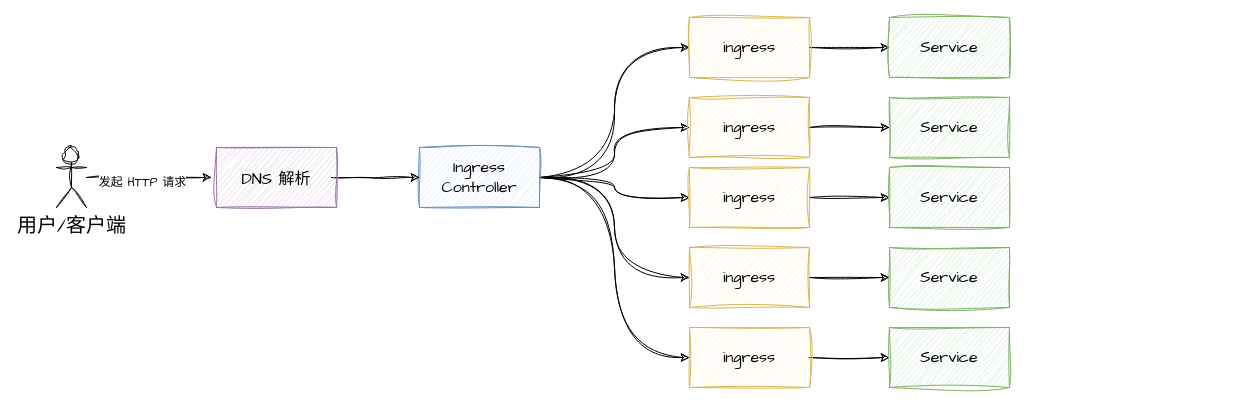
This is page "ingress-workflow" (23 of 26) of docs/learn-k8s.drawio from caijiatao/go-lib, a draw.io file, before an edit. Source tidied: cells renumbered, new cells numbered last; positions are measured from the earlier drawing's top-left corner, leaving out a move shared by most shapes. Both pictures are drawn from the tidied source at 100%, with x=0, y=0 at pixel (56, 17).
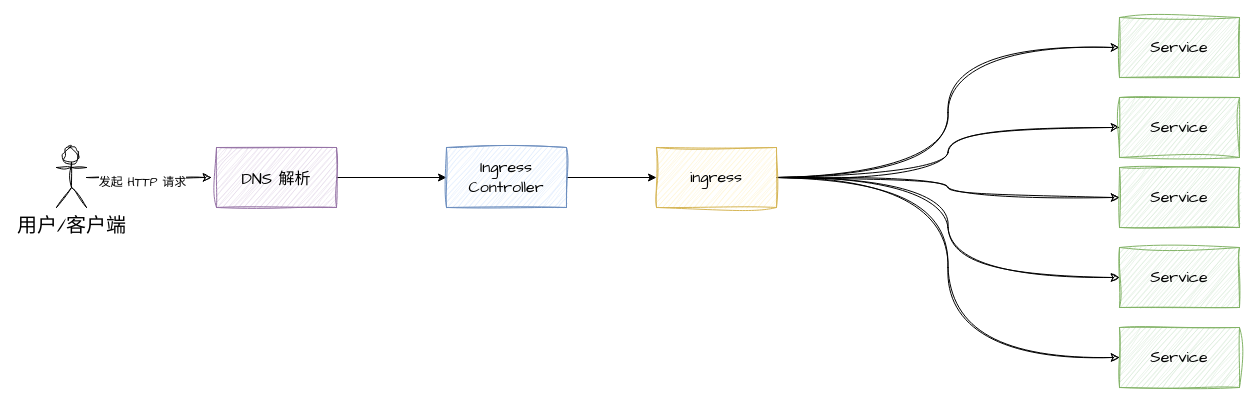
The same diagram, later.

The change refers to these unchanged cells:
```xml
<mxCell id="25" value="用户/客户端" style="shape=umlActor;verticalLabelPosition=bottom;verticalAlign=top;html=1;outlineConnect=0;sketch=1;hachureGap=4;jiggle=2;curveFitting=1;fontFamily=Architects Daughter;fontSize=20;" parent="1" vertex="1">
  <mxGeometry y="130" width="30" height="60" as="geometry" />
</mxCell>
<mxCell id="27" value="&lt;font style=&quot;font-size: 16px;&quot;&gt;DNS 解析&lt;/font&gt;" style="rounded=0;whiteSpace=wrap;html=1;sketch=1;hachureGap=4;jiggle=2;curveFitting=1;fontFamily=Architects Daughter;fontSize=20;fillColor=#e1d5e7;strokeColor=#9673a6;" parent="1" vertex="1">
  <mxGeometry x="160" y="130" width="120" height="60" as="geometry" />
</mxCell>
```

The edit, as a diff of the source:
```diff
@@
-    <mxCell id="2" style="edgeStyle=orthogonalEdgeStyle;sketch=1;hachureGap=4;jiggle=2;curveFitting=1;jettySize=auto;html=1;exitX=1;exitY=0.5;exitDx=0;exitDy=0;entryX=0;entryY=0.5;entryDx=0;entryDy=0;fontFamily=Architects Daughter;fontSize=16;curved=1;" parent="1" edge="1" source="7" target="9">
-      <mxGeometry relative="1" as="geometry" />
-    </mxCell>
-    <mxCell id="3" style="edgeStyle=orthogonalEdgeStyle;sketch=1;hachureGap=4;jiggle=2;curveFitting=1;jettySize=auto;html=1;exitX=1;exitY=0.5;exitDx=0;exitDy=0;fontFamily=Architects Daughter;fontSize=16;curved=1;" parent="1" edge="1" source="7" target="11">
-      <mxGeometry relative="1" as="geometry" />
-    </mxCell>
-    <mxCell id="4" style="edgeStyle=orthogonalEdgeStyle;sketch=1;hachureGap=4;jiggle=2;curveFitting=1;jettySize=auto;html=1;exitX=1;exitY=0.5;exitDx=0;exitDy=0;entryX=0;entryY=0.5;entryDx=0;entryDy=0;fontFamily=Architects Daughter;fontSize=16;curved=1;" parent="1" edge="1" source="7" target="15">
-      <mxGeometry relative="1" as="geometry" />
-    </mxCell>
-    <mxCell id="5" style="edgeStyle=orthogonalEdgeStyle;sketch=1;hachureGap=4;jiggle=2;curveFitting=1;jettySize=auto;html=1;exitX=1;exitY=0.5;exitDx=0;exitDy=0;entryX=0;entryY=0.5;entryDx=0;entryDy=0;fontFamily=Architects Daughter;fontSize=16;curved=1;" parent="1" edge="1" source="7" target="13">
-      <mxGeometry relative="1" as="geometry" />
-    </mxCell>
-    <mxCell id="6" style="edgeStyle=orthogonalEdgeStyle;sketch=1;hachureGap=4;jiggle=2;curveFitting=1;jettySize=auto;html=1;exitX=1;exitY=0.5;exitDx=0;exitDy=0;entryX=0;entryY=0.5;entryDx=0;entryDy=0;fontFamily=Architects Daughter;fontSize=16;curved=1;" parent="1" edge="1" source="7" target="17">
-      <mxGeometry relative="1" as="geometry" />
-    </mxCell>
-    <mxCell id="7" value="Ingress Controller" style="rounded=0;whiteSpace=wrap;html=1;sketch=1;hachureGap=4;jiggle=2;curveFitting=1;fontFamily=Architects Daughter;fontSize=16;fillColor=#dae8fc;strokeColor=#6c8ebf;" parent="1" vertex="1">
-      <mxGeometry x="363" y="130" width="120" height="60" as="geometry" />
-    </mxCell>
-    <mxCell id="8" style="edgeStyle=orthogonalEdgeStyle;rounded=0;sketch=1;hachureGap=4;jiggle=2;curveFitting=1;jettySize=auto;html=1;fontFamily=Architects Daughter;fontSize=16;" parent="1" edge="1" source="9" target="18">
-      <mxGeometry relative="1" as="geometry" />
-    </mxCell>
-    <mxCell id="9" value="ingress" style="rounded=0;whiteSpace=wrap;html=1;sketch=1;hachureGap=4;jiggle=2;curveFitting=1;fontFamily=Architects Daughter;fontSize=16;fillColor=#fff2cc;strokeColor=#d6b656;" parent="1" vertex="1">
-      <mxGeometry x="633" width="120" height="60" as="geometry" />
-    </mxCell>
-    <mxCell id="10" style="edgeStyle=orthogonalEdgeStyle;rounded=0;sketch=1;hachureGap=4;jiggle=2;curveFitting=1;jettySize=auto;html=1;fontFamily=Architects Daughter;fontSize=16;" parent="1" edge="1" source="11" target="20">
-      <mxGeometry relative="1" as="geometry" />
-    </mxCell>
-    <mxCell id="11" value="ingress" style="rounded=0;whiteSpace=wrap;html=1;sketch=1;hachureGap=4;jiggle=2;curveFitting=1;fontFamily=Architects Daughter;fontSize=16;fillColor=#fff2cc;strokeColor=#d6b656;" parent="1" vertex="1">
-      <mxGeometry x="633" y="150" width="120" height="60" as="geometry" />
-    </mxCell>
-    <mxCell id="12" style="edgeStyle=orthogonalEdgeStyle;rounded=0;sketch=1;hachureGap=4;jiggle=2;curveFitting=1;jettySize=auto;html=1;fontFamily=Architects Daughter;fontSize=16;" parent="1" edge="1" source="13" target="21">
-      <mxGeometry relative="1" as="geometry" />
-    </mxCell>
-    <mxCell id="13" value="ingress" style="rounded=0;whiteSpace=wrap;html=1;sketch=1;hachureGap=4;jiggle=2;curveFitting=1;fontFamily=Architects Daughter;fontSize=16;fillColor=#fff2cc;strokeColor=#d6b656;" parent="1" vertex="1">
-      <mxGeometry x="633" y="230" width="120" height="60" as="geometry" />
-    </mxCell>
-    <mxCell id="14" style="edgeStyle=orthogonalEdgeStyle;rounded=0;sketch=1;hachureGap=4;jiggle=2;curveFitting=1;jettySize=auto;html=1;fontFamily=Architects Daughter;fontSize=16;" parent="1" edge="1" source="15" target="19">
-      <mxGeometry relative="1" as="geometry" />
-    </mxCell>
-    <mxCell id="15" value="ingress" style="rounded=0;whiteSpace=wrap;html=1;sketch=1;hachureGap=4;jiggle=2;curveFitting=1;fontFamily=Architects Daughter;fontSize=16;fillColor=#fff2cc;strokeColor=#d6b656;" parent="1" vertex="1">
-      <mxGeometry x="633" y="80" width="120" height="60" as="geometry" />
-    </mxCell>
-    <mxCell id="16" style="edgeStyle=orthogonalEdgeStyle;rounded=0;sketch=1;hachureGap=4;jiggle=2;curveFitting=1;jettySize=auto;html=1;fontFamily=Architects Daughter;fontSize=16;" parent="1" edge="1" source="17" target="22">
-      <mxGeometry relative="1" as="geometry" />
-    </mxCell>
-    <mxCell id="17" value="ingress" style="rounded=0;whiteSpace=wrap;html=1;sketch=1;hachureGap=4;jiggle=2;curveFitting=1;fontFamily=Architects Daughter;fontSize=16;fillColor=#fff2cc;strokeColor=#d6b656;" parent="1" vertex="1">
-      <mxGeometry x="633" y="310" width="120" height="60" as="geometry" />
-    </mxCell>
-    <mxCell id="18" value="Service" style="rounded=0;whiteSpace=wrap;html=1;sketch=1;hachureGap=4;jiggle=2;curveFitting=1;fontFamily=Architects Daughter;fontSize=16;fillColor=#d5e8d4;strokeColor=#82b366;" parent="1" vertex="1">
-      <mxGeometry x="833" width="120" height="60" as="geometry" />
-    </mxCell>
-    <mxCell id="19" value="Service" style="rounded=0;whiteSpace=wrap;html=1;sketch=1;hachureGap=4;jiggle=2;curveFitting=1;fontFamily=Architects Daughter;fontSize=16;fillColor=#d5e8d4;strokeColor=#82b366;" parent="1" vertex="1">
-      <mxGeometry x="833" y="80" width="120" height="60" as="geometry" />
-    </mxCell>
-    <mxCell id="20" value="Service" style="rounded=0;whiteSpace=wrap;html=1;sketch=1;hachureGap=4;jiggle=2;curveFitting=1;fontFamily=Architects Daughter;fontSize=16;fillColor=#d5e8d4;strokeColor=#82b366;" parent="1" vertex="1">
-      <mxGeometry x="833" y="150" width="120" height="60" as="geometry" />
-    </mxCell>
-    <mxCell id="21" value="Service" style="rounded=0;whiteSpace=wrap;html=1;sketch=1;hachureGap=4;jiggle=2;curveFitting=1;fontFamily=Architects Daughter;fontSize=16;fillColor=#d5e8d4;strokeColor=#82b366;" parent="1" vertex="1">
-      <mxGeometry x="833" y="230" width="120" height="60" as="geometry" />
-    </mxCell>
-    <mxCell id="22" value="Service" style="rounded=0;whiteSpace=wrap;html=1;sketch=1;hachureGap=4;jiggle=2;curveFitting=1;fontFamily=Architects Daughter;fontSize=16;fillColor=#d5e8d4;strokeColor=#82b366;" parent="1" vertex="1">
-      <mxGeometry x="833" y="310" width="120" height="60" as="geometry" />
-    </mxCell>
-    <mxCell id="23" style="edgeStyle=orthogonalEdgeStyle;rounded=0;sketch=1;hachureGap=4;jiggle=2;curveFitting=1;jettySize=auto;html=1;fontFamily=Architects Daughter;fontSize=16;" parent="1" edge="1" source="25">
-      <mxGeometry relative="1" as="geometry">
-        <mxPoint x="155" y="160" as="targetPoint" />
-      </mxGeometry>
-    </mxCell>
+    <mxCell id="28" style="edgeStyle=orthogonalEdgeStyle;sketch=1;hachureGap=4;jiggle=2;curveFitting=1;jettySize=auto;html=1;exitX=1;exitY=0.5;exitDx=0;exitDy=0;entryX=0;entryY=0.5;entryDx=0;entryDy=0;fontFamily=Architects Daughter;fontSize=16;curved=1;" parent="1" edge="1" source="33" target="34">
+      <mxGeometry relative="1" as="geometry" />
+    </mxCell>
+    <mxCell id="29" style="edgeStyle=orthogonalEdgeStyle;sketch=1;hachureGap=4;jiggle=2;curveFitting=1;jettySize=auto;html=1;exitX=1;exitY=0.5;exitDx=0;exitDy=0;fontFamily=Architects Daughter;fontSize=16;curved=1;" parent="1" edge="1" source="33" target="35">
+      <mxGeometry relative="1" as="geometry" />
+    </mxCell>
+    <mxCell id="30" style="edgeStyle=orthogonalEdgeStyle;sketch=1;hachureGap=4;jiggle=2;curveFitting=1;jettySize=auto;html=1;exitX=1;exitY=0.5;exitDx=0;exitDy=0;entryX=0;entryY=0.5;entryDx=0;entryDy=0;fontFamily=Architects Daughter;fontSize=16;curved=1;" parent="1" edge="1" source="33" target="37">
+      <mxGeometry relative="1" as="geometry" />
+    </mxCell>
+    <mxCell id="31" style="edgeStyle=orthogonalEdgeStyle;sketch=1;hachureGap=4;jiggle=2;curveFitting=1;jettySize=auto;html=1;exitX=1;exitY=0.5;exitDx=0;exitDy=0;entryX=0;entryY=0.5;entryDx=0;entryDy=0;fontFamily=Architects Daughter;fontSize=16;curved=1;" parent="1" edge="1" source="33" target="36">
+      <mxGeometry relative="1" as="geometry" />
+    </mxCell>
+    <mxCell id="32" style="edgeStyle=orthogonalEdgeStyle;sketch=1;hachureGap=4;jiggle=2;curveFitting=1;jettySize=auto;html=1;exitX=1;exitY=0.5;exitDx=0;exitDy=0;entryX=0;entryY=0.5;entryDx=0;entryDy=0;fontFamily=Architects Daughter;fontSize=16;curved=1;" parent="1" edge="1" source="33" target="38">
+      <mxGeometry relative="1" as="geometry" />
+    </mxCell>
+    <mxCell id="33" value="ingress" style="rounded=0;whiteSpace=wrap;html=1;sketch=1;hachureGap=4;jiggle=2;curveFitting=1;fontFamily=Architects Daughter;fontSize=16;fillColor=#fff2cc;strokeColor=#d6b656;" parent="1" vertex="1">
+      <mxGeometry x="600" y="130" width="120" height="60" as="geometry" />
+    </mxCell>
+    <mxCell id="34" value="Service" style="rounded=0;whiteSpace=wrap;html=1;sketch=1;hachureGap=4;jiggle=2;curveFitting=1;fontFamily=Architects Daughter;fontSize=16;fillColor=#d5e8d4;strokeColor=#82b366;" parent="1" vertex="1">
+      <mxGeometry x="1063" width="120" height="60" as="geometry" />
+    </mxCell>
+    <mxCell id="35" value="Service" style="rounded=0;whiteSpace=wrap;html=1;sketch=1;hachureGap=4;jiggle=2;curveFitting=1;fontFamily=Architects Daughter;fontSize=16;fillColor=#d5e8d4;strokeColor=#82b366;" parent="1" vertex="1">
+      <mxGeometry x="1063" y="150" width="120" height="60" as="geometry" />
+    </mxCell>
+    <mxCell id="36" value="Service" style="rounded=0;whiteSpace=wrap;html=1;sketch=1;hachureGap=4;jiggle=2;curveFitting=1;fontFamily=Architects Daughter;fontSize=16;fillColor=#d5e8d4;strokeColor=#82b366;" parent="1" vertex="1">
+      <mxGeometry x="1063" y="230" width="120" height="60" as="geometry" />
+    </mxCell>
+    <mxCell id="37" value="Service" style="rounded=0;whiteSpace=wrap;html=1;sketch=1;hachureGap=4;jiggle=2;curveFitting=1;fontFamily=Architects Daughter;fontSize=16;fillColor=#d5e8d4;strokeColor=#82b366;" parent="1" vertex="1">
+      <mxGeometry x="1063" y="80" width="120" height="60" as="geometry" />
+    </mxCell>
+    <mxCell id="38" value="Service" style="rounded=0;whiteSpace=wrap;html=1;sketch=1;hachureGap=4;jiggle=2;curveFitting=1;fontFamily=Architects Daughter;fontSize=16;fillColor=#d5e8d4;strokeColor=#82b366;" parent="1" vertex="1">
+      <mxGeometry x="1063" y="310" width="120" height="60" as="geometry" />
+    </mxCell>
+    <mxCell id="39" style="edgeStyle=orthogonalEdgeStyle;rounded=0;sketch=1;hachureGap=4;jiggle=2;curveFitting=1;jettySize=auto;html=1;fontFamily=Architects Daughter;fontSize=16;" parent="1" edge="1" source="25">
+      <mxGeometry relative="1" as="geometry">
+        <mxPoint x="155" y="160" as="targetPoint" />
+      </mxGeometry>
+    </mxCell>
-    <mxCell id="24" value="&lt;font style=&quot;font-size: 12px;&quot;&gt;发起 HTTP 请求&lt;/font&gt;" style="edgeLabel;html=1;align=center;verticalAlign=middle;fontSize=20;fontFamily=Architects Daughter;" parent="23" vertex="1">
+    <mxCell id="24" value="&lt;font style=&quot;font-size: 12px;&quot;&gt;发起 HTTP 请求&lt;/font&gt;" style="edgeLabel;html=1;align=center;verticalAlign=middle;fontSize=20;fontFamily=Architects Daughter;" parent="39" vertex="1">
       <mxGeometry x="-0.13" y="-1" relative="1" as="geometry" />
     </mxCell>
@@
-    <mxCell id="26" style="edgeStyle=orthogonalEdgeStyle;rounded=0;sketch=1;hachureGap=4;jiggle=2;curveFitting=1;jettySize=auto;html=1;fontFamily=Architects Daughter;fontSize=16;" parent="1" edge="1" target="7">
-      <mxGeometry relative="1" as="geometry">
-        <mxPoint x="275" y="160" as="sourcePoint" />
-      </mxGeometry>
-    </mxCell>
+    <mxCell id="40" style="edgeStyle=orthogonalEdgeStyle;jettySize=auto;html=1;" parent="1" edge="1" source="27" target="7">
+      <mxGeometry relative="1" as="geometry" />
+    </mxCell>
@@
+    <mxCell id="41" style="edgeStyle=orthogonalEdgeStyle;jettySize=auto;html=1;" parent="1" edge="1" source="7" target="33">
+      <mxGeometry relative="1" as="geometry" />
+    </mxCell>
+    <mxCell id="7" value="Ingress Controller" style="rounded=0;whiteSpace=wrap;html=1;sketch=1;hachureGap=4;jiggle=2;curveFitting=1;fontFamily=Architects Daughter;fontSize=16;fillColor=#dae8fc;strokeColor=#6c8ebf;" parent="1" vertex="1">
+      <mxGeometry x="390" y="130" width="120" height="60" as="geometry" />
+    </mxCell>
```
